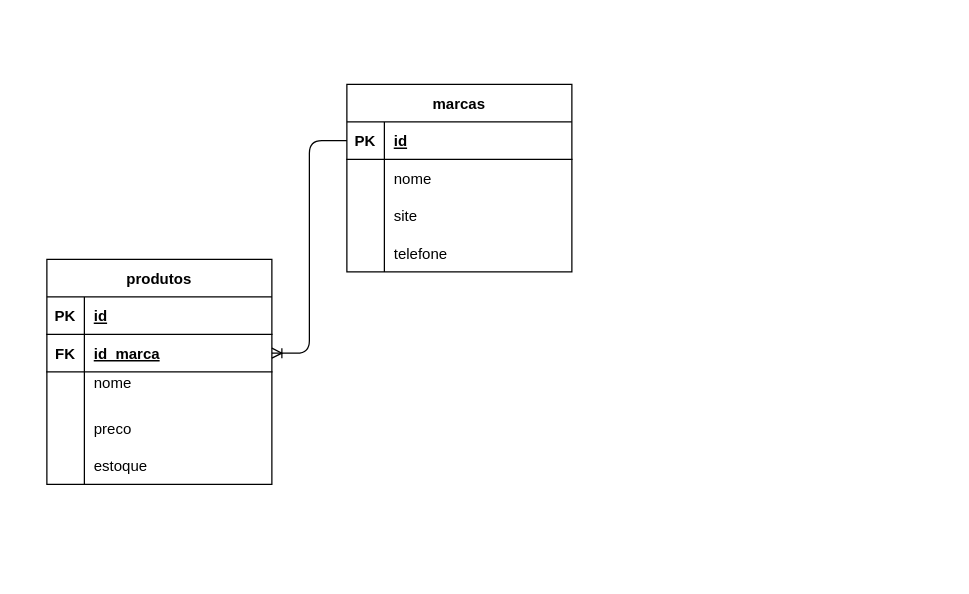
Before: page "MER v1" (1 of 2) of mer.drawio in leonardogit/CursoSQL, a draw.io diagram. Source tidied: cells renumbered, new cells numbered last; positions are measured from the earlier drawing's top-left corner, leaving out a move shared by most shapes. Both pictures are drawn from the tidied source at 125%, with x=0, y=0 at pixel (46, 84).
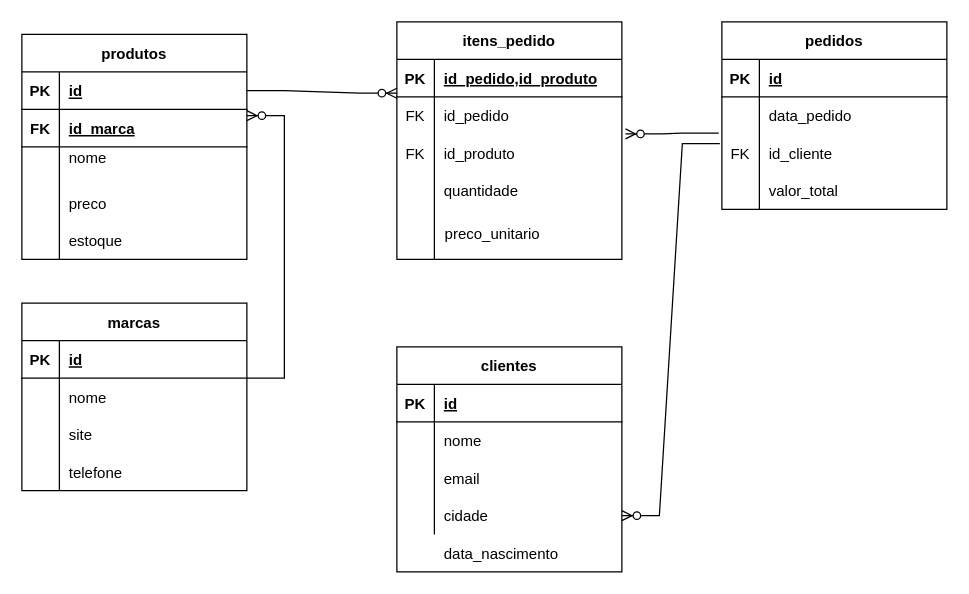
The same diagram, later.

The change refers to these unchanged cells:
```xml
<mxCell id="3" style="shape=tableRow;horizontal=0;startSize=0;swimlaneHead=0;swimlaneBody=0;fillColor=none;points=[[0,0.5],[1,0.5]];portConstraint=eastwest;top=0;left=0;right=0;bottom=1;" parent="2" vertex="1">
  <mxGeometry y="30" width="180" height="30" as="geometry" />
</mxCell>
<mxCell id="6" style="shape=tableRow;horizontal=0;startSize=0;swimlaneHead=0;swimlaneBody=0;fillColor=none;points=[[0,0.5],[1,0.5]];portConstraint=eastwest;top=0;left=0;right=0;bottom=1;" parent="2" vertex="1">
  <mxGeometry y="60" width="180" height="30" as="geometry" />
</mxCell>
<mxCell id="19" style="shape=tableRow;horizontal=0;startSize=0;swimlaneHead=0;swimlaneBody=0;fillColor=none;points=[[0,0.5],[1,0.5]];portConstraint=eastwest;top=0;left=0;right=0;bottom=1;" parent="18" vertex="1">
  <mxGeometry y="30" width="180" height="30" as="geometry" />
</mxCell>
<mxCell id="22" style="shape=tableRow;horizontal=0;startSize=0;swimlaneHead=0;swimlaneBody=0;fillColor=none;points=[[0,0.5],[1,0.5]];portConstraint=eastwest;top=0;left=0;right=0;bottom=0;" parent="18" vertex="1">
  <mxGeometry y="60" width="180" height="30" as="geometry" />
</mxCell>
```

The edit, as a diff of the source:
```diff
@@
+    <mxCell id="32" value="clientes" style="shape=table;startSize=30;childLayout=tableLayout;rowLines=0;fontStyle=1;align=center;" parent="1" vertex="1">
+      <mxGeometry x="280" y="210" width="180" height="180" as="geometry" />
+    </mxCell>
+    <mxCell id="33" style="shape=tableRow;horizontal=0;startSize=0;swimlaneHead=0;swimlaneBody=0;fillColor=none;top=0;left=0;right=0;bottom=1;" parent="32" vertex="1">
+      <mxGeometry y="30" width="180" height="30" as="geometry" />
+    </mxCell>
+    <mxCell id="34" value="PK" style="shape=partialRectangle;fillColor=none;top=0;left=0;bottom=0;right=0;fontStyle=1;overflow=hidden;" parent="33" vertex="1">
+      <mxGeometry width="30" height="30" as="geometry" />
+    </mxCell>
+    <mxCell id="35" value="id" style="shape=partialRectangle;fillColor=none;top=0;left=0;bottom=0;right=0;align=left;spacingLeft=6;fontStyle=5;overflow=hidden;" parent="33" vertex="1">
+      <mxGeometry x="30" width="150" height="30" as="geometry" />
+    </mxCell>
+    <mxCell id="36" style="shape=tableRow;horizontal=0;startSize=0;swimlaneHead=0;swimlaneBody=0;fillColor=none;top=0;left=0;right=0;bottom=0;" parent="32" vertex="1">
+      <mxGeometry y="60" width="180" height="30" as="geometry" />
+    </mxCell>
+    <mxCell id="37" style="shape=partialRectangle;fillColor=none;top=0;left=0;bottom=0;right=0;overflow=hidden;" parent="36" vertex="1">
+      <mxGeometry width="30" height="30" as="geometry" />
+    </mxCell>
+    <mxCell id="38" value="nome" style="shape=partialRectangle;fillColor=none;top=0;left=0;bottom=0;right=0;align=left;spacingLeft=6;overflow=hidden;" parent="36" vertex="1">
+      <mxGeometry x="30" width="150" height="30" as="geometry" />
+    </mxCell>
+    <mxCell id="39" style="shape=tableRow;horizontal=0;startSize=0;swimlaneHead=0;swimlaneBody=0;fillColor=none;top=0;left=0;right=0;bottom=0;" parent="32" vertex="1">
+      <mxGeometry y="90" width="180" height="30" as="geometry" />
+    </mxCell>
+    <mxCell id="40" style="shape=partialRectangle;fillColor=none;top=0;left=0;bottom=0;right=0;overflow=hidden;" parent="39" vertex="1">
+      <mxGeometry width="30" height="30" as="geometry" />
+    </mxCell>
+    <mxCell id="41" value="email" style="shape=partialRectangle;fillColor=none;top=0;left=0;bottom=0;right=0;align=left;spacingLeft=6;overflow=hidden;" parent="39" vertex="1">
+      <mxGeometry x="30" width="150" height="30" as="geometry" />
+    </mxCell>
+    <mxCell id="42" style="shape=tableRow;horizontal=0;startSize=0;swimlaneHead=0;swimlaneBody=0;fillColor=none;points=[[0,0.5],[1,0.5]];portConstraint=eastwest;top=0;left=0;right=0;bottom=0;" parent="32" vertex="1">
+      <mxGeometry y="120" width="180" height="30" as="geometry" />
+    </mxCell>
+    <mxCell id="43" style="shape=partialRectangle;fillColor=none;top=0;left=0;bottom=0;right=0;overflow=hidden;" parent="42" vertex="1">
+      <mxGeometry width="30" height="30" as="geometry" />
+    </mxCell>
+    <mxCell id="44" value="cidade" style="shape=partialRectangle;fillColor=none;top=0;left=0;bottom=0;right=0;align=left;spacingLeft=6;overflow=hidden;" parent="42" vertex="1">
+      <mxGeometry x="30" width="150" height="30" as="geometry" />
+    </mxCell>
     <mxCell id="2" value="produtos" style="shape=table;startSize=30;childLayout=tableLayout;rowLines=0;fontStyle=1;align=center;" parent="1" vertex="1">
-      <mxGeometry y="140" width="180" height="180" as="geometry" />
+      <mxGeometry x="-20" y="-40" width="180" height="180" as="geometry" />
     </mxCell>
@@
     <mxCell id="18" value="marcas" style="shape=table;startSize=30;childLayout=tableLayout;rowLines=0;fontStyle=1;align=center;" parent="1" vertex="1">
-      <mxGeometry x="240" width="180" height="150" as="geometry" />
+      <mxGeometry x="-20" y="175" width="180" height="150" as="geometry" />
     </mxCell>
@@
-    <mxCell id="31" style="edgeStyle=entityRelationEdgeStyle;fontSize=12;html=1;endArrow=ERoneToMany;exitX=0;exitY=0.5;exitDx=0;exitDy=0;entryX=1;entryY=0.5;entryDx=0;entryDy=0;" parent="1" edge="1" source="19" target="6">
-      <mxGeometry relative="1" as="geometry" />
-    </mxCell>
+    <mxCell id="45" value="itens_pedido" style="shape=table;startSize=30;childLayout=tableLayout;rowLines=0;fontStyle=1;align=center;" parent="1" vertex="1">
+      <mxGeometry x="280" y="-50" width="180" height="190" as="geometry" />
+    </mxCell>
+    <mxCell id="46" style="shape=tableRow;horizontal=0;startSize=0;swimlaneHead=0;swimlaneBody=0;fillColor=none;top=0;left=0;right=0;bottom=1;" parent="45" vertex="1">
+      <mxGeometry y="30" width="180" height="30" as="geometry" />
+    </mxCell>
+    <mxCell id="47" value="PK" style="shape=partialRectangle;fillColor=none;top=0;left=0;bottom=0;right=0;fontStyle=1;overflow=hidden;" parent="46" vertex="1">
+      <mxGeometry width="30" height="30" as="geometry" />
+    </mxCell>
+    <mxCell id="48" value="id_pedido,id_produto" style="shape=partialRectangle;fillColor=none;top=0;left=0;bottom=0;right=0;align=left;spacingLeft=6;fontStyle=5;overflow=hidden;" parent="46" vertex="1">
+      <mxGeometry x="30" width="150" height="30" as="geometry" />
+    </mxCell>
+    <mxCell id="49" style="shape=tableRow;horizontal=0;startSize=0;swimlaneHead=0;swimlaneBody=0;fillColor=none;points=[[0,0.5],[1,0.5]];portConstraint=eastwest;top=0;left=0;right=0;bottom=0;" parent="45" vertex="1">
+      <mxGeometry y="60" width="180" height="30" as="geometry" />
+    </mxCell>
+    <mxCell id="50" value="FK" style="shape=partialRectangle;fillColor=none;top=0;left=0;bottom=0;right=0;overflow=hidden;" parent="49" vertex="1">
+      <mxGeometry width="30" height="30" as="geometry" />
+    </mxCell>
+    <mxCell id="51" value="id_pedido" style="shape=partialRectangle;fillColor=none;top=0;left=0;bottom=0;right=0;align=left;spacingLeft=6;overflow=hidden;" parent="49" vertex="1">
+      <mxGeometry x="30" width="150" height="30" as="geometry" />
+    </mxCell>
+    <mxCell id="52" style="shape=tableRow;horizontal=0;startSize=0;swimlaneHead=0;swimlaneBody=0;fillColor=none;points=[[0,0.5],[1,0.5]];portConstraint=eastwest;top=0;left=0;right=0;bottom=0;" parent="45" vertex="1">
+      <mxGeometry y="90" width="180" height="30" as="geometry" />
+    </mxCell>
+    <mxCell id="53" value="FK" style="shape=partialRectangle;fillColor=none;top=0;left=0;bottom=0;right=0;overflow=hidden;" parent="52" vertex="1">
+      <mxGeometry width="30" height="30" as="geometry" />
+    </mxCell>
+    <mxCell id="54" value="id_produto    " style="shape=partialRectangle;fillColor=none;top=0;left=0;bottom=0;right=0;align=left;spacingLeft=6;overflow=hidden;" parent="52" vertex="1">
+      <mxGeometry x="30" width="150" height="30" as="geometry" />
+    </mxCell>
+    <mxCell id="55" style="shape=tableRow;horizontal=0;startSize=0;swimlaneHead=0;swimlaneBody=0;fillColor=none;top=0;left=0;right=0;bottom=0;" parent="45" vertex="1">
+      <mxGeometry y="120" width="180" height="30" as="geometry" />
+    </mxCell>
+    <mxCell id="56" style="shape=partialRectangle;fillColor=none;top=0;left=0;bottom=0;right=0;overflow=hidden;" parent="55" vertex="1">
+      <mxGeometry width="30" height="30" as="geometry" />
+    </mxCell>
+    <mxCell id="57" value="quantidade" style="shape=partialRectangle;fillColor=none;top=0;left=0;bottom=0;right=0;align=left;spacingLeft=6;overflow=hidden;" parent="55" vertex="1">
+      <mxGeometry x="30" width="150" height="30" as="geometry" />
+    </mxCell>
+    <mxCell id="58" style="shape=tableRow;horizontal=0;startSize=0;swimlaneHead=0;swimlaneBody=0;strokeColor=inherit;top=0;left=0;bottom=0;right=0;fillColor=none;" parent="45" vertex="1">
+      <mxGeometry y="150" width="180" height="40" as="geometry" />
+    </mxCell>
+    <mxCell id="59" style="shape=partialRectangle;html=1;whiteSpace=wrap;strokeColor=inherit;overflow=hidden;fillColor=none;top=0;left=0;bottom=0;right=0;" parent="58" vertex="1">
+      <mxGeometry width="30" height="40" as="geometry" />
+    </mxCell>
+    <mxCell id="60" value="&amp;nbsp; preco_unitario" style="shape=partialRectangle;html=1;whiteSpace=wrap;strokeColor=inherit;overflow=hidden;fillColor=none;top=0;left=0;bottom=0;right=0;align=left;" parent="58" vertex="1">
+      <mxGeometry x="30" width="150" height="40" as="geometry" />
+    </mxCell>
+    <mxCell id="61" style="edgeStyle=entityRelationEdgeStyle;fontSize=12;html=1;endArrow=ERzeroToMany;endFill=1;rounded=0;exitX=1;exitY=0;exitDx=0;exitDy=0;entryX=1;entryY=0.167;entryDx=0;entryDy=0;entryPerimeter=0;exitPerimeter=0;" parent="1" edge="1" source="22" target="6">
+      <mxGeometry relative="1" as="geometry">
+        <Array as="points">
+          <mxPoint x="289.1" y="-15" />
+          <mxPoint x="200" y="-75" />
+          <mxPoint x="289.1" y="15" />
+          <mxPoint x="299.1" y="-15" />
+        </Array>
+      </mxGeometry>
+    </mxCell>
+    <mxCell id="62" style="shape=tableRow;horizontal=0;startSize=0;swimlaneHead=0;swimlaneBody=0;fillColor=none;top=0;left=0;right=0;bottom=0;" parent="1" vertex="1">
+      <mxGeometry x="275" y="100" width="180" height="30" as="geometry" />
+    </mxCell>
+    <mxCell id="63" style="shape=partialRectangle;fillColor=none;top=0;left=0;bottom=0;right=0;overflow=hidden;" parent="62" vertex="1">
+      <mxGeometry width="30" height="30" as="geometry" />
+    </mxCell>
+    <mxCell id="64" style="edgeStyle=entityRelationEdgeStyle;fontSize=12;html=1;endArrow=ERzeroToMany;endFill=1;rounded=0;exitX=1;exitY=0.5;exitDx=0;exitDy=0;entryX=0;entryY=-0.098;entryDx=0;entryDy=0;entryPerimeter=0;" parent="1" edge="1" source="3" target="49">
+      <mxGeometry relative="1" as="geometry" />
+    </mxCell>
+    <mxCell id="65" value="pedidos" style="shape=table;startSize=30;childLayout=tableLayout;rowLines=0;fontStyle=1;align=center;" parent="1" vertex="1">
+      <mxGeometry x="540" y="-50" width="180" height="150" as="geometry" />
+    </mxCell>
+    <mxCell id="66" style="shape=tableRow;horizontal=0;startSize=0;swimlaneHead=0;swimlaneBody=0;fillColor=none;top=0;left=0;right=0;bottom=1;" parent="65" vertex="1">
+      <mxGeometry y="30" width="180" height="30" as="geometry" />
+    </mxCell>
+    <mxCell id="67" value="PK" style="shape=partialRectangle;fillColor=none;top=0;left=0;bottom=0;right=0;fontStyle=1;overflow=hidden;" parent="66" vertex="1">
+      <mxGeometry width="30" height="30" as="geometry" />
+    </mxCell>
+    <mxCell id="68" value="id" style="shape=partialRectangle;fillColor=none;top=0;left=0;bottom=0;right=0;align=left;spacingLeft=6;fontStyle=5;overflow=hidden;" parent="66" vertex="1">
+      <mxGeometry x="30" width="150" height="30" as="geometry" />
+    </mxCell>
+    <mxCell id="69" style="shape=tableRow;horizontal=0;startSize=0;swimlaneHead=0;swimlaneBody=0;fillColor=none;top=0;left=0;right=0;bottom=0;" parent="65" vertex="1">
+      <mxGeometry y="60" width="180" height="30" as="geometry" />
+    </mxCell>
+    <mxCell id="70" style="shape=partialRectangle;fillColor=none;top=0;left=0;bottom=0;right=0;overflow=hidden;" parent="69" vertex="1">
+      <mxGeometry width="30" height="30" as="geometry" />
+    </mxCell>
+    <mxCell id="71" value="data_pedido" style="shape=partialRectangle;fillColor=none;top=0;left=0;bottom=0;right=0;align=left;spacingLeft=6;overflow=hidden;" parent="69" vertex="1">
+      <mxGeometry x="30" width="150" height="30" as="geometry" />
+    </mxCell>
+    <mxCell id="72" style="shape=tableRow;horizontal=0;startSize=0;swimlaneHead=0;swimlaneBody=0;fillColor=none;points=[[0,0.5],[1,0.5]];portConstraint=eastwest;top=0;left=0;right=0;bottom=0;" parent="65" vertex="1">
+      <mxGeometry y="90" width="180" height="30" as="geometry" />
+    </mxCell>
+    <mxCell id="73" value="FK" style="shape=partialRectangle;fillColor=none;top=0;left=0;bottom=0;right=0;overflow=hidden;" parent="72" vertex="1">
+      <mxGeometry width="30" height="30" as="geometry" />
+    </mxCell>
+    <mxCell id="74" value="id_cliente" style="shape=partialRectangle;fillColor=none;top=0;left=0;bottom=0;right=0;align=left;spacingLeft=6;overflow=hidden;" parent="72" vertex="1">
+      <mxGeometry x="30" width="150" height="30" as="geometry" />
+    </mxCell>
+    <mxCell id="75" style="shape=tableRow;horizontal=0;startSize=0;swimlaneHead=0;swimlaneBody=0;fillColor=none;top=0;left=0;right=0;bottom=0;" parent="65" vertex="1">
+      <mxGeometry y="120" width="180" height="30" as="geometry" />
+    </mxCell>
+    <mxCell id="76" style="shape=partialRectangle;fillColor=none;top=0;left=0;bottom=0;right=0;overflow=hidden;" parent="75" vertex="1">
+      <mxGeometry width="30" height="30" as="geometry" />
+    </mxCell>
+    <mxCell id="77" value="valor_total" style="shape=partialRectangle;fillColor=none;top=0;left=0;bottom=0;right=0;align=left;spacingLeft=6;overflow=hidden;" parent="75" vertex="1">
+      <mxGeometry x="30" width="150" height="30" as="geometry" />
+    </mxCell>
+    <mxCell id="78" style="edgeStyle=entityRelationEdgeStyle;fontSize=12;html=1;endArrow=ERzeroToMany;endFill=1;rounded=0;exitX=-0.014;exitY=-0.031;exitDx=0;exitDy=0;exitPerimeter=0;entryX=1.016;entryY=-0.012;entryDx=0;entryDy=0;entryPerimeter=0;" parent="1" edge="1" source="72" target="52">
+      <mxGeometry relative="1" as="geometry" />
+    </mxCell>
+    <mxCell id="79" style="shape=tableRow;horizontal=0;startSize=0;swimlaneHead=0;swimlaneBody=0;fillColor=none;top=0;left=0;right=0;bottom=0;" parent="1" vertex="1">
+      <mxGeometry x="329" y="360" width="180" height="30" as="geometry" />
+    </mxCell>
+    <mxCell id="80" style="shape=partialRectangle;fillColor=none;top=0;left=0;bottom=0;right=0;overflow=hidden;" parent="79" vertex="1">
+      <mxGeometry x="1" width="30" height="30" as="geometry" />
+    </mxCell>
+    <mxCell id="81" style="shape=partialRectangle;fillColor=none;top=0;left=0;bottom=0;right=0;overflow=hidden;" parent="1" vertex="1">
+      <mxGeometry x="330" y="360" width="30" height="30" as="geometry" />
+    </mxCell>
+    <mxCell id="82" value="data_nascimento   " style="shape=partialRectangle;fillColor=none;top=0;left=0;bottom=0;right=0;align=left;spacingLeft=6;overflow=hidden;" parent="1" vertex="1">
+      <mxGeometry x="310" y="360" width="150" height="30" as="geometry" />
+    </mxCell>
+    <mxCell id="83" style="edgeStyle=entityRelationEdgeStyle;fontSize=12;html=1;endArrow=ERzeroToMany;endFill=1;rounded=0;entryX=1;entryY=0.5;entryDx=0;entryDy=0;exitX=-0.009;exitY=0.246;exitDx=0;exitDy=0;exitPerimeter=0;" parent="1" edge="1" source="72" target="42">
+      <mxGeometry relative="1" as="geometry" />
+    </mxCell>
```
